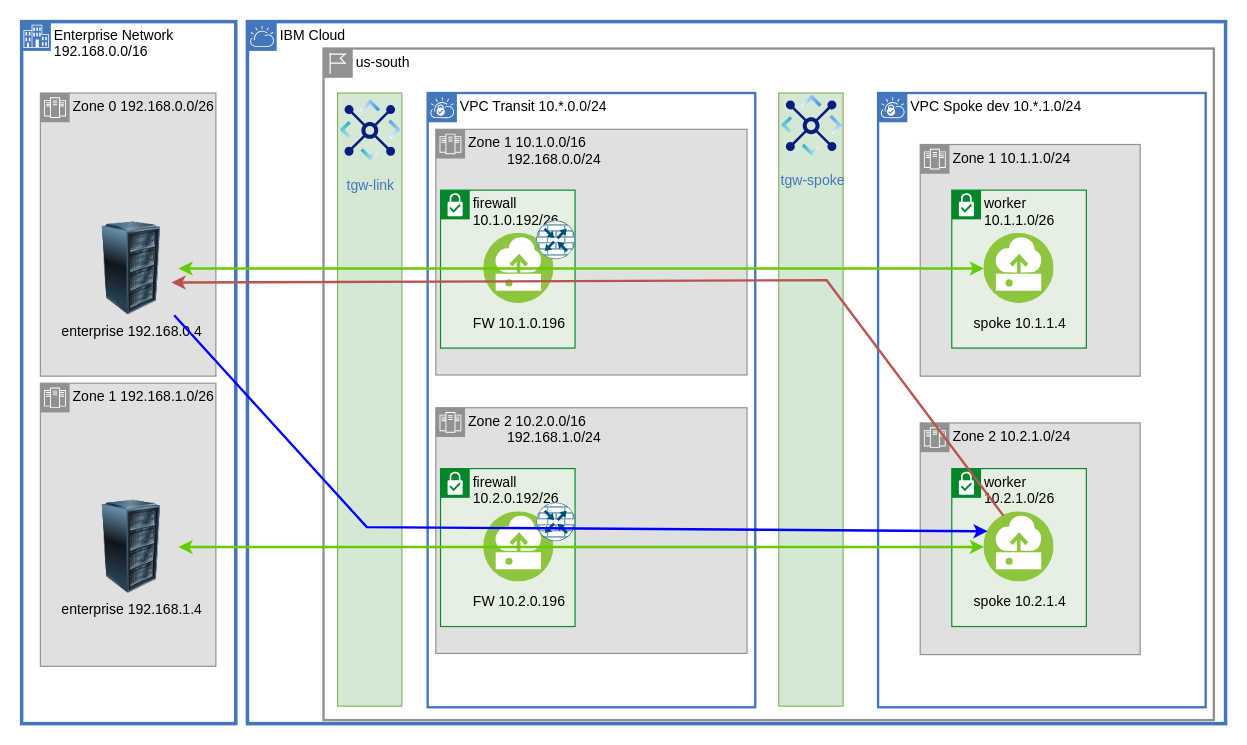
Earlier version of the draw.io diagram page "asymmetric" (10 of 22) of images/vpc-transit.drawio (IBM-Cloud/vpc-transit). Source tidied: cells renumbered, new cells numbered last; positions are measured from the earlier drawing's top-left corner, leaving out a move shared by most shapes. Both pictures are drawn from the tidied source at 117%, with x=0, y=0 at pixel (21, 21).
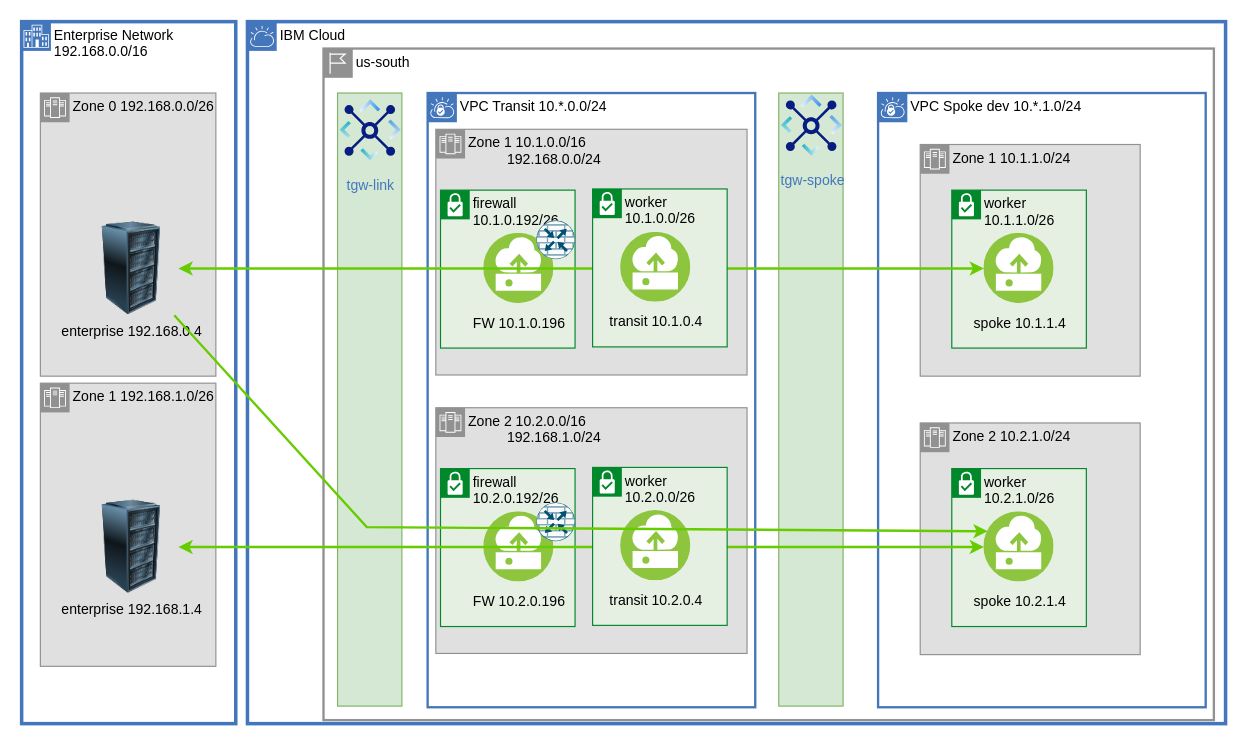
The same page after the edit.

Unchanged cells that the change refers to:
```xml
<mxCell id="13" value="enterprise 192.168.0.4" style="image;html=1;image=img/lib/clip_art/computers/Server_Rack_128x128.png;noLabel=0;labelBackgroundColor=none;" parent="1" vertex="1">
  <mxGeometry x="54" y="171" width="80" height="80" as="geometry" />
</mxCell>
<mxCell id="19" value="spoke 10.2.1.4" style="perimeter=ellipsePerimeter;html=1;align=center;shadow=0;dashed=0;fontColor=black;fontSize=12;spacingTop=3;image;image=img/lib/ibm/vpc/Instance.svg;overflow=visible;noLabel=0;labelBackgroundColor=none;" parent="1" vertex="1">
  <mxGeometry x="822.5" y="419" width="60" height="60" as="geometry" />
</mxCell>
```

What changed in the source:
```diff
@@
-    <mxCell id="32" parent="0" />
-    <mxCell id="33" style="rounded=0;jettySize=auto;html=1;startArrow=none;startFill=1;endArrow=classic;endFill=1;strokeColor=#0000FF;strokeWidth=2;entryX=0;entryY=0.25;entryDx=0;entryDy=0;" parent="32" edge="1" source="13" target="19">
-      <mxGeometry relative="1" as="geometry">
-        <Array as="points">
-          <mxPoint x="295" y="432" />
-        </Array>
-      </mxGeometry>
-    </mxCell>
-    <mxCell id="34" style="shape=connector;rounded=0;jettySize=auto;html=1;labelBackgroundColor=default;strokeColor=#b85450;strokeWidth=2;fontFamily=Helvetica;fontSize=11;fontColor=default;startArrow=none;startFill=1;endArrow=classic;endFill=1;fillColor=#f8cecc;exitX=0.25;exitY=0;exitDx=0;exitDy=0;entryX=0.925;entryY=0.65;entryDx=0;entryDy=0;entryPerimeter=0;" parent="32" edge="1" source="19" target="13">
-      <mxGeometry relative="1" as="geometry">
-        <Array as="points">
-          <mxPoint x="688" y="221" />
-        </Array>
-      </mxGeometry>
-    </mxCell>
+    <mxCell id="35" parent="0" />
+    <mxCell id="36" value="worker 10.1.0.0/26" style="shape=mxgraph.ibm.box;prType=subnet;fontStyle=0;verticalAlign=top;align=left;spacingLeft=32;spacingTop=4;fillColor=#E6F0E2;rounded=0;whiteSpace=wrap;html=1;strokeColor=#00882B;strokeWidth=1;dashed=0;spacing=-4;flipV=0;" parent="35" vertex="1">
+      <mxGeometry x="488" y="143" width="115" height="135" as="geometry" />
+    </mxCell>
+    <mxCell id="37" value="worker 10.2.0.0/26" style="shape=mxgraph.ibm.box;prType=subnet;fontStyle=0;verticalAlign=top;align=left;spacingLeft=32;spacingTop=4;fillColor=#E6F0E2;rounded=0;whiteSpace=wrap;html=1;strokeColor=#00882B;strokeWidth=1;dashed=0;spacing=-4;flipV=0;" parent="35" vertex="1">
+      <mxGeometry x="488" y="381" width="115" height="135" as="geometry" />
+    </mxCell>
+    <mxCell id="38" value="transit 10.2.0.4" style="perimeter=ellipsePerimeter;html=1;align=center;shadow=0;dashed=0;fontColor=black;fontSize=12;spacingTop=3;image;image=img/lib/ibm/vpc/Instance.svg;labelBackgroundColor=none;" parent="35" vertex="1">
+      <mxGeometry x="512" y="418" width="60" height="60" as="geometry" />
+    </mxCell>
+    <mxCell id="39" value="transit 10.1.0.4" style="perimeter=ellipsePerimeter;html=1;align=center;shadow=0;dashed=0;fontColor=black;fontSize=12;spacingTop=3;image;image=img/lib/ibm/vpc/Instance.svg;labelBackgroundColor=none;" parent="35" vertex="1">
+      <mxGeometry x="512" y="180" width="60" height="60" as="geometry" />
+    </mxCell>
+    <mxCell id="40" parent="0" />
+    <mxCell id="41" style="rounded=0;orthogonalLoop=1;jettySize=auto;html=1;startArrow=none;startFill=1;endArrow=classic;endFill=1;strokeColor=#66CC00;strokeWidth=2;entryX=0;entryY=0.25;entryDx=0;entryDy=0;" parent="40" edge="1">
+      <mxGeometry relative="1" as="geometry">
+        <mxPoint x="130.4" y="251" as="sourcePoint" />
+        <mxPoint x="825.7" y="435.6" as="targetPoint" />
+        <Array as="points">
+          <mxPoint x="295" y="432" />
+        </Array>
+      </mxGeometry>
+    </mxCell>
```
